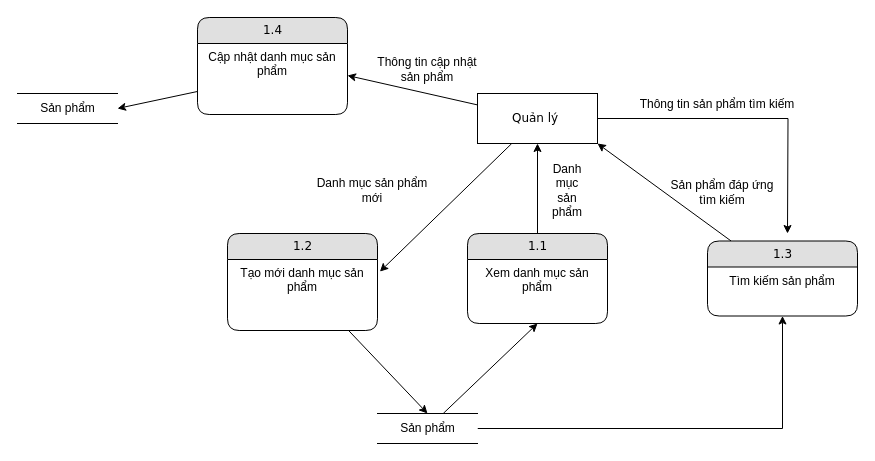
The draw.io diagram DFD/DFD Quản lý sản phẩm mức 0 .drawio in AlexTien202/congnghephanmem, before the edit. Source tidied: cells renumbered, new cells numbered last; positions are measured from the earlier drawing's top-left corner, leaving out a move shared by most shapes. Both pictures are drawn from the tidied source at 100%, with x=0, y=0 at pixel (17, 17).
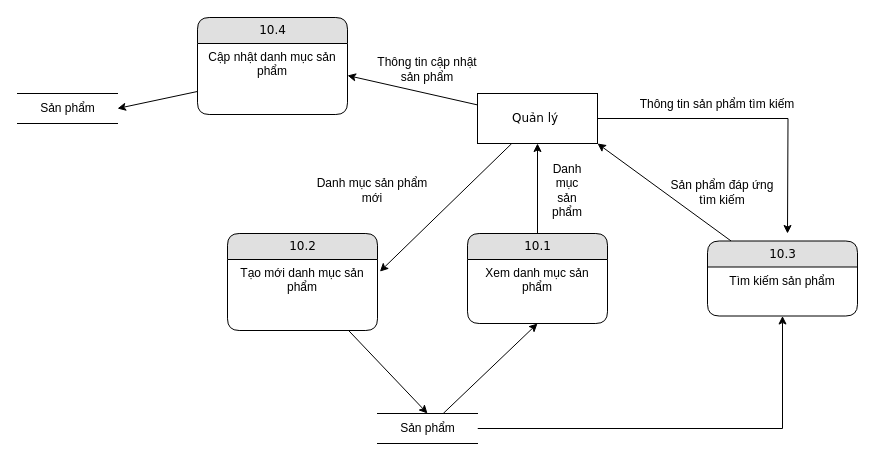
Above is the later version.

The edit, as a diff of the source:
```diff
@@
-    <mxCell id="7" value="1.2" style="swimlane;html=1;fontStyle=0;horizontal=1;startSize=26;fillColor=#e0e0e0;swimlaneFillColor=#ffffff;align=center;rounded=1;shadow=0;comic=0;labelBackgroundColor=none;strokeWidth=1;fontFamily=Verdana;fontSize=12;" parent="1" vertex="1">
+    <mxCell id="7" value="10.2" style="swimlane;html=1;fontStyle=0;horizontal=1;startSize=26;fillColor=#e0e0e0;swimlaneFillColor=#ffffff;align=center;rounded=1;shadow=0;comic=0;labelBackgroundColor=none;strokeWidth=1;fontFamily=Verdana;fontSize=12;" parent="1" vertex="1">
       <mxGeometry x="210" y="216" width="150" height="97" as="geometry" />
     </mxCell>
@@
-    <mxCell id="10" value="1.3" style="swimlane;html=1;fontStyle=0;horizontal=1;startSize=26;fillColor=#e0e0e0;swimlaneFillColor=#ffffff;align=center;rounded=1;shadow=0;comic=0;labelBackgroundColor=none;strokeWidth=1;fontFamily=Verdana;fontSize=12;" parent="1" vertex="1">
+    <mxCell id="10" value="10.3" style="swimlane;html=1;fontStyle=0;horizontal=1;startSize=26;fillColor=#e0e0e0;swimlaneFillColor=#ffffff;align=center;rounded=1;shadow=0;comic=0;labelBackgroundColor=none;strokeWidth=1;fontFamily=Verdana;fontSize=12;" parent="1" vertex="1">
       <mxGeometry x="690" y="223.5" width="150" height="75" as="geometry" />
     </mxCell>
@@
-    <mxCell id="13" value="1.1" style="swimlane;html=1;fontStyle=0;horizontal=1;startSize=26;fillColor=#e0e0e0;swimlaneFillColor=#ffffff;align=center;rounded=1;shadow=0;comic=0;labelBackgroundColor=none;strokeWidth=1;fontFamily=Verdana;fontSize=12;" parent="1" vertex="1">
+    <mxCell id="13" value="10.1" style="swimlane;html=1;fontStyle=0;horizontal=1;startSize=26;fillColor=#e0e0e0;swimlaneFillColor=#ffffff;align=center;rounded=1;shadow=0;comic=0;labelBackgroundColor=none;strokeWidth=1;fontFamily=Verdana;fontSize=12;" parent="1" vertex="1">
       <mxGeometry x="450" y="216" width="140" height="90" as="geometry" />
     </mxCell>
@@
-    <mxCell id="22" value="1.4" style="swimlane;html=1;fontStyle=0;horizontal=1;startSize=26;fillColor=#e0e0e0;swimlaneFillColor=#ffffff;align=center;rounded=1;shadow=0;comic=0;labelBackgroundColor=none;strokeWidth=1;fontFamily=Verdana;fontSize=12;" parent="1" vertex="1">
+    <mxCell id="22" value="10.4" style="swimlane;html=1;fontStyle=0;horizontal=1;startSize=26;fillColor=#e0e0e0;swimlaneFillColor=#ffffff;align=center;rounded=1;shadow=0;comic=0;labelBackgroundColor=none;strokeWidth=1;fontFamily=Verdana;fontSize=12;" parent="1" vertex="1">
       <mxGeometry x="180" width="150" height="97" as="geometry" />
     </mxCell>
```
